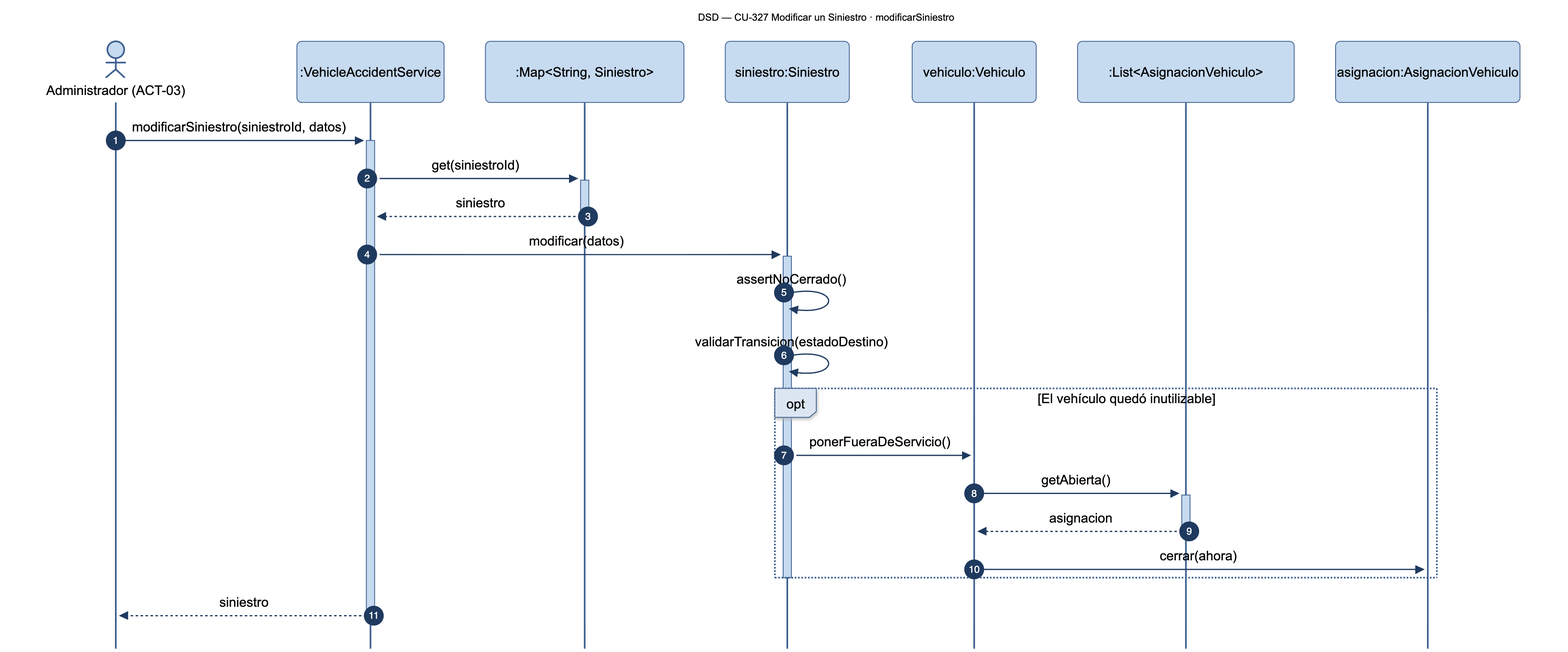
The Mermaid diagram diagramas/png/DSD_CU-327_modificarSiniestro.png in Nahuelito-Dev/splg-docs, before a commit. Its source is kept beside it as diagramas/DSD_CU-327_modificarSiniestro.mmd. The source it was exported from:
```mermaid
sequenceDiagram
    title DSD — CU-327 Modificar un Siniestro · modificarSiniestro
    autonumber
    actor ADM as Administrador (ACT-03)
    participant SRV as :VehicleAccidentService
    participant COS as :Map#lt;String, Siniestro#gt;
    participant SIN as siniestro:Siniestro
    participant VEH as vehiculo:Vehiculo
    participant LST as :List#lt;AsignacionVehiculo#gt;
    participant AGN as asignacion:AsignacionVehiculo

    ADM->>+SRV: modificarSiniestro(siniestroId, datos)
    SRV->>+COS: get(siniestroId)
    COS-->>-SRV: siniestro
    SRV->>+SIN: modificar(datos)
    SIN->>SIN: assertNoCerrado()
    SIN->>SIN: validarTransicion(estadoDestino)
    opt El vehículo quedó inutilizable
        SIN->>VEH: ponerFueraDeServicio()
        VEH->>+LST: getAbierta()
        LST-->>-VEH: asignacion
        VEH->>AGN: cerrar(ahora)
    end
    deactivate SIN
    SRV-->>-ADM: siniestro
```
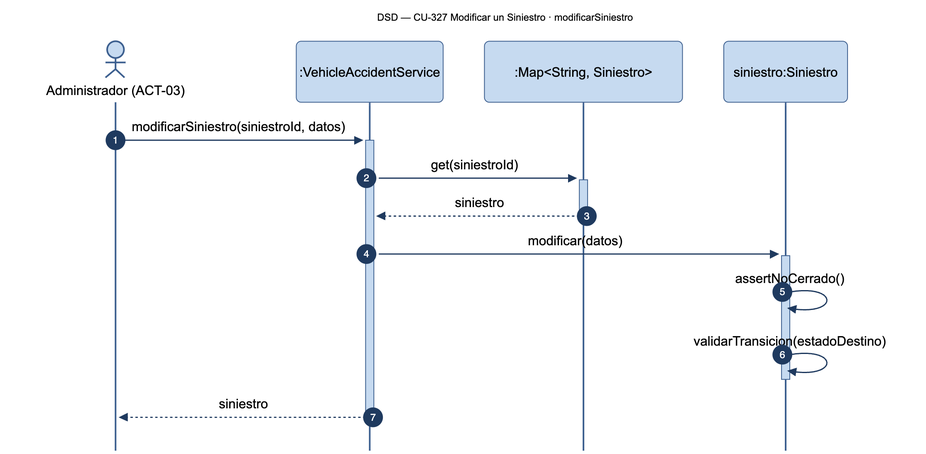
The same file after the commit.

Change to the diagram source:
```diff
@@ -5,9 +5,6 @@
     participant SRV as :VehicleAccidentService
     participant COS as :Map#lt;String, Siniestro#gt;
     participant SIN as siniestro:Siniestro
-    participant VEH as vehiculo:Vehiculo
-    participant LST as :List#lt;AsignacionVehiculo#gt;
-    participant AGN as asignacion:AsignacionVehiculo
 
     ADM->>+SRV: modificarSiniestro(siniestroId, datos)
     SRV->>+COS: get(siniestroId)
@@ -15,11 +12,5 @@
     SRV->>+SIN: modificar(datos)
     SIN->>SIN: assertNoCerrado()
     SIN->>SIN: validarTransicion(estadoDestino)
-    opt El vehículo quedó inutilizable
-        SIN->>VEH: ponerFueraDeServicio()
-        VEH->>+LST: getAbierta()
-        LST-->>-VEH: asignacion
-        VEH->>AGN: cerrar(ahora)
-    end
     deactivate SIN
     SRV-->>-ADM: siniestro
```
